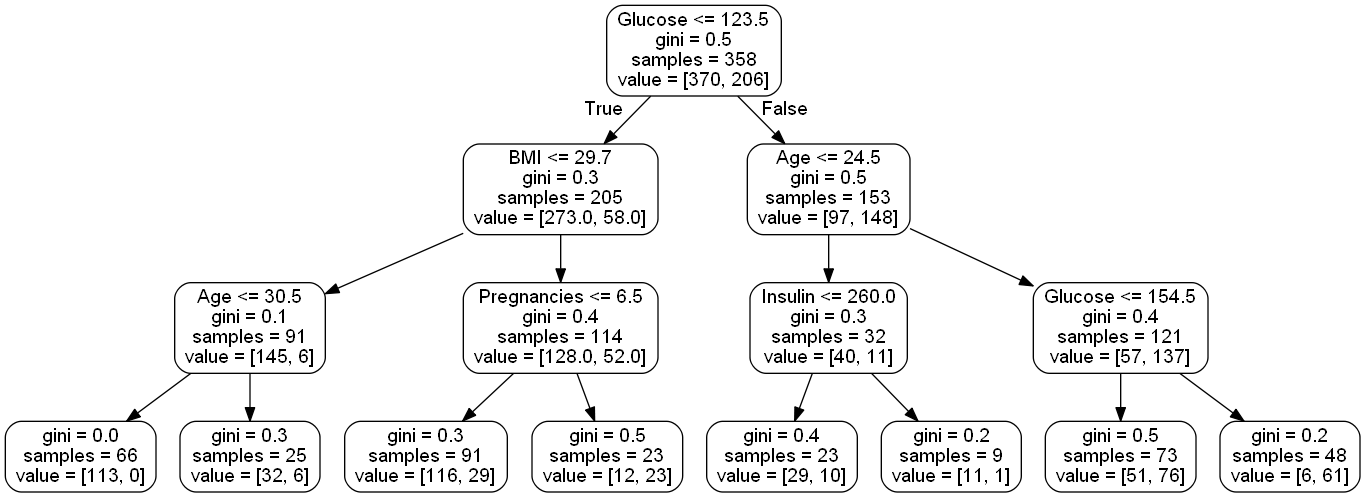
This is small_tree.png from igorjoz/UM_LAB2_2023, a Graphviz export, as it was before one commit. Its source is kept beside it as small_tree.dot. Source of this version:
```dot
digraph Tree {
node [shape=box, style="rounded", color="black", fontname="helvetica"] ;
edge [fontname="helvetica"] ;
0 [label="Glucose <= 123.5\ngini = 0.5\nsamples = 358\nvalue = [370, 206]"] ;
1 [label="BMI <= 29.7\ngini = 0.3\nsamples = 205\nvalue = [273.0, 58.0]"] ;
0 -> 1 [labeldistance=2.5, labelangle=45, headlabel="True"] ;
2 [label="Age <= 30.5\ngini = 0.1\nsamples = 91\nvalue = [145, 6]"] ;
1 -> 2 ;
3 [label="gini = 0.0\nsamples = 66\nvalue = [113, 0]"] ;
2 -> 3 ;
4 [label="gini = 0.3\nsamples = 25\nvalue = [32, 6]"] ;
2 -> 4 ;
5 [label="Pregnancies <= 6.5\ngini = 0.4\nsamples = 114\nvalue = [128.0, 52.0]"] ;
1 -> 5 ;
6 [label="gini = 0.3\nsamples = 91\nvalue = [116, 29]"] ;
5 -> 6 ;
7 [label="gini = 0.5\nsamples = 23\nvalue = [12, 23]"] ;
5 -> 7 ;
8 [label="Age <= 24.5\ngini = 0.5\nsamples = 153\nvalue = [97, 148]"] ;
0 -> 8 [labeldistance=2.5, labelangle=-45, headlabel="False"] ;
9 [label="Insulin <= 260.0\ngini = 0.3\nsamples = 32\nvalue = [40, 11]"] ;
8 -> 9 ;
10 [label="gini = 0.4\nsamples = 23\nvalue = [29, 10]"] ;
9 -> 10 ;
11 [label="gini = 0.2\nsamples = 9\nvalue = [11, 1]"] ;
9 -> 11 ;
12 [label="Glucose <= 154.5\ngini = 0.4\nsamples = 121\nvalue = [57, 137]"] ;
8 -> 12 ;
13 [label="gini = 0.5\nsamples = 73\nvalue = [51, 76]"] ;
12 -> 13 ;
14 [label="gini = 0.2\nsamples = 48\nvalue = [6, 61]"] ;
12 -> 14 ;
}
```
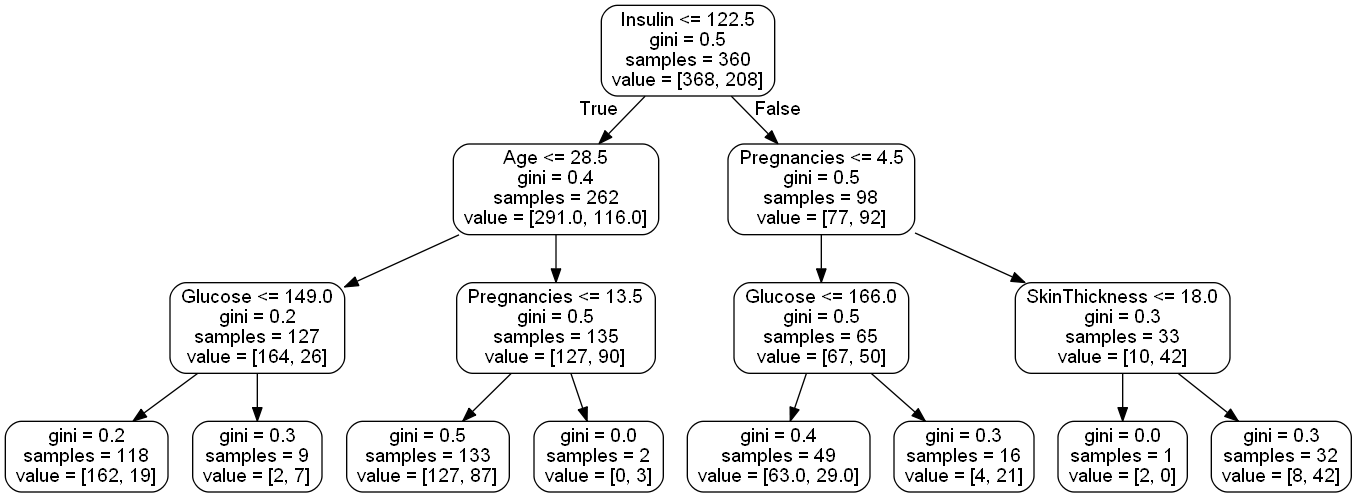
Above is the later version.

The edit, as a diff of the source:
```diff
@@ -1,33 +1,33 @@
 digraph Tree {
 node [shape=box, style="rounded", color="black", fontname="helvetica"] ;
 edge [fontname="helvetica"] ;
-0 [label="Glucose <= 123.5\ngini = 0.5\nsamples = 358\nvalue = [370, 206]"] ;
-1 [label="BMI <= 29.7\ngini = 0.3\nsamples = 205\nvalue = [273.0, 58.0]"] ;
+0 [label="Insulin <= 122.5\ngini = 0.5\nsamples = 360\nvalue = [368, 208]"] ;
+1 [label="Age <= 28.5\ngini = 0.4\nsamples = 262\nvalue = [291.0, 116.0]"] ;
 0 -> 1 [labeldistance=2.5, labelangle=45, headlabel="True"] ;
-2 [label="Age <= 30.5\ngini = 0.1\nsamples = 91\nvalue = [145, 6]"] ;
+2 [label="Glucose <= 149.0\ngini = 0.2\nsamples = 127\nvalue = [164, 26]"] ;
 1 -> 2 ;
-3 [label="gini = 0.0\nsamples = 66\nvalue = [113, 0]"] ;
+3 [label="gini = 0.2\nsamples = 118\nvalue = [162, 19]"] ;
 2 -> 3 ;
-4 [label="gini = 0.3\nsamples = 25\nvalue = [32, 6]"] ;
+4 [label="gini = 0.3\nsamples = 9\nvalue = [2, 7]"] ;
 2 -> 4 ;
-5 [label="Pregnancies <= 6.5\ngini = 0.4\nsamples = 114\nvalue = [128.0, 52.0]"] ;
+5 [label="Pregnancies <= 13.5\ngini = 0.5\nsamples = 135\nvalue = [127, 90]"] ;
 1 -> 5 ;
-6 [label="gini = 0.3\nsamples = 91\nvalue = [116, 29]"] ;
+6 [label="gini = 0.5\nsamples = 133\nvalue = [127, 87]"] ;
 5 -> 6 ;
-7 [label="gini = 0.5\nsamples = 23\nvalue = [12, 23]"] ;
+7 [label="gini = 0.0\nsamples = 2\nvalue = [0, 3]"] ;
 5 -> 7 ;
-8 [label="Age <= 24.5\ngini = 0.5\nsamples = 153\nvalue = [97, 148]"] ;
+8 [label="Pregnancies <= 4.5\ngini = 0.5\nsamples = 98\nvalue = [77, 92]"] ;
 0 -> 8 [labeldistance=2.5, labelangle=-45, headlabel="False"] ;
-9 [label="Insulin <= 260.0\ngini = 0.3\nsamples = 32\nvalue = [40, 11]"] ;
+9 [label="Glucose <= 166.0\ngini = 0.5\nsamples = 65\nvalue = [67, 50]"] ;
 8 -> 9 ;
-10 [label="gini = 0.4\nsamples = 23\nvalue = [29, 10]"] ;
+10 [label="gini = 0.4\nsamples = 49\nvalue = [63.0, 29.0]"] ;
 9 -> 10 ;
-11 [label="gini = 0.2\nsamples = 9\nvalue = [11, 1]"] ;
+11 [label="gini = 0.3\nsamples = 16\nvalue = [4, 21]"] ;
 9 -> 11 ;
-12 [label="Glucose <= 154.5\ngini = 0.4\nsamples = 121\nvalue = [57, 137]"] ;
+12 [label="SkinThickness <= 18.0\ngini = 0.3\nsamples = 33\nvalue = [10, 42]"] ;
 8 -> 12 ;
-13 [label="gini = 0.5\nsamples = 73\nvalue = [51, 76]"] ;
+13 [label="gini = 0.0\nsamples = 1\nvalue = [2, 0]"] ;
 12 -> 13 ;
-14 [label="gini = 0.2\nsamples = 48\nvalue = [6, 61]"] ;
+14 [label="gini = 0.3\nsamples = 32\nvalue = [8, 42]"] ;
 12 -> 14 ;
 }
```
